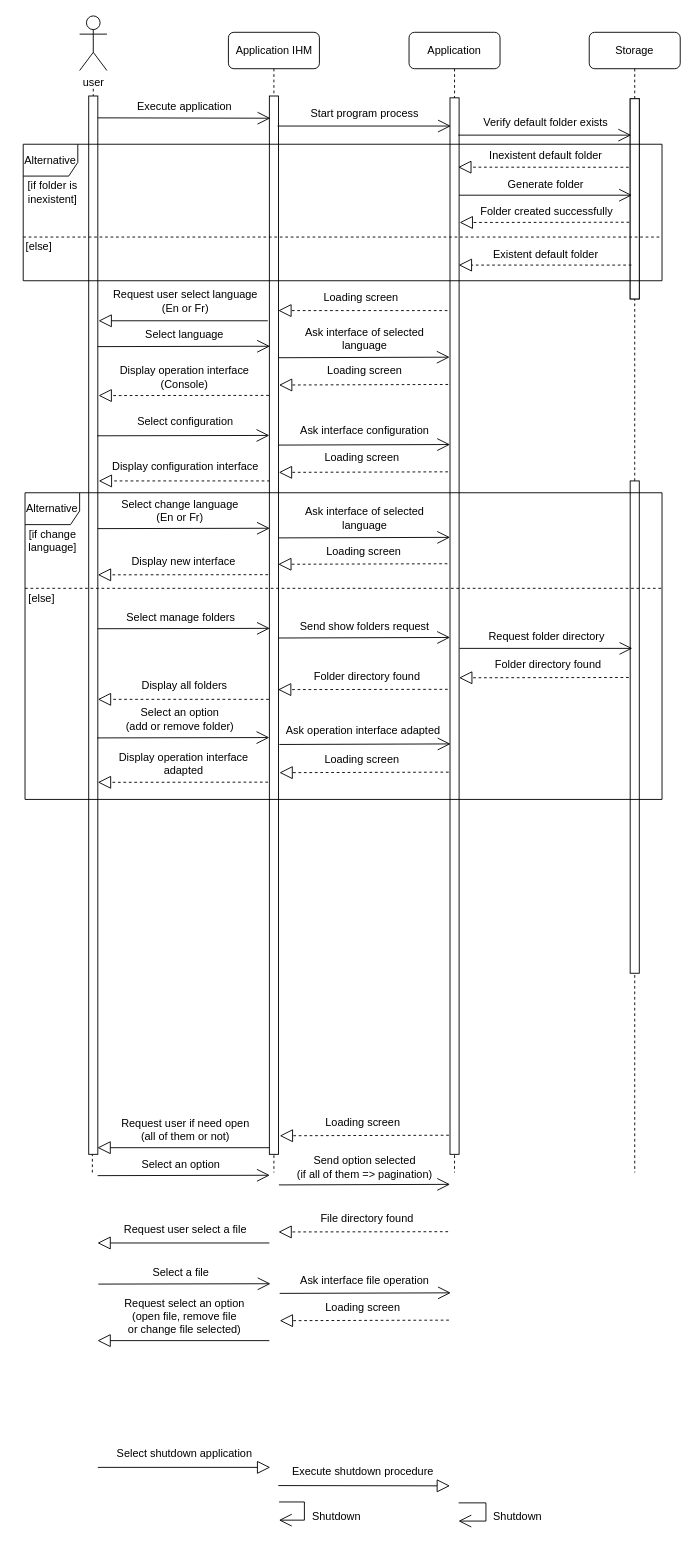
Above: configuration diagram.drawio in Weicheng178/UML (draw.io), before the change. Source tidied: cells renumbered, new cells numbered last; positions are measured from the earlier drawing's top-left corner, leaving out a move shared by most shapes. Both pictures are drawn from the tidied source at 91%, with x=0, y=0 at pixel (15, 15).
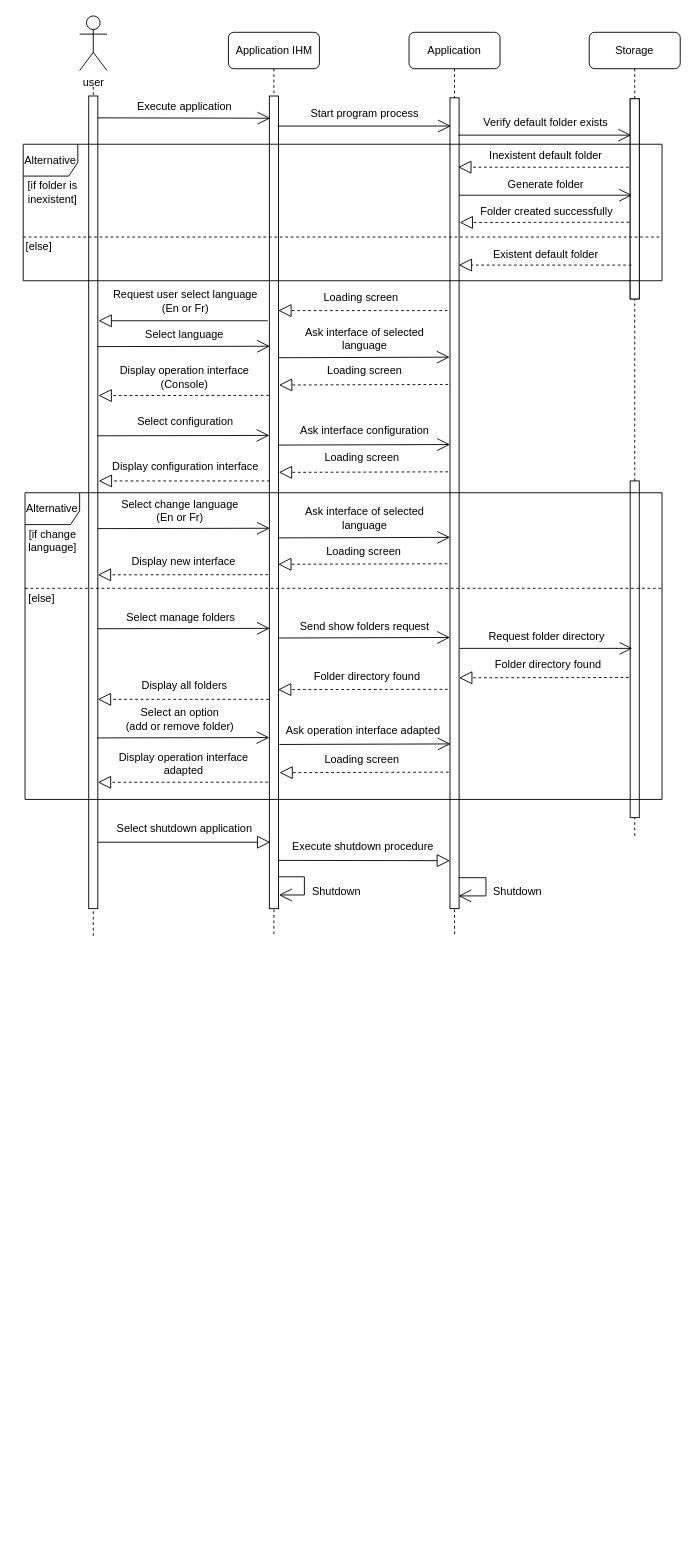
Above is the later version.

The edit, as a diff of the source:
```diff
@@
     <mxCell id="2" style="endArrow=none;dashed=1;html=1;rounded=1;" parent="1" edge="1">
       <mxGeometry relative="1" as="geometry">
-        <mxPoint x="84" y="1271" as="sourcePoint" />
+        <mxPoint x="85" y="1011" as="sourcePoint" />
         <mxPoint x="85" y="78" as="targetPoint" />
       </mxGeometry>
     </mxCell>
     <mxCell id="3" value="&lt;span style=&quot;&quot;&gt;Application IHM&lt;/span&gt;" style="shape=umlLifeline;perimeter=lifelinePerimeter;whiteSpace=wrap;html=1;rounded=1;" parent="1" vertex="1">
-      <mxGeometry x="233.5" y="18" width="100" height="1253" as="geometry" />
+      <mxGeometry x="233.5" y="18" width="100" height="993" as="geometry" />
     </mxCell>
@@
     <mxCell id="5" value="&lt;span style=&quot;&quot;&gt;Application&lt;/span&gt;" style="shape=umlLifeline;perimeter=lifelinePerimeter;whiteSpace=wrap;html=1;rounded=1;" parent="1" vertex="1">
-      <mxGeometry x="432" y="18" width="100" height="1253" as="geometry" />
+      <mxGeometry x="432" y="18" width="100" height="993" as="geometry" />
     </mxCell>
     <mxCell id="6" value="&lt;span style=&quot;&quot;&gt;Storage&lt;/span&gt;" style="shape=umlLifeline;perimeter=lifelinePerimeter;whiteSpace=wrap;html=1;rounded=1;" parent="1" vertex="1">
-      <mxGeometry x="630" y="18" width="100" height="1253" as="geometry" />
+      <mxGeometry x="630" y="18" width="100" height="883" as="geometry" />
     </mxCell>
     <mxCell id="7" style="html=1;perimeter=orthogonalPerimeter;rounded=0;glass=0;labelBackgroundColor=none;fillStyle=auto;" parent="1" vertex="1">
-      <mxGeometry x="80" y="88" width="10" height="1163" as="geometry" />
+      <mxGeometry x="80" y="88" width="10" height="893" as="geometry" />
     </mxCell>
     <mxCell id="8" style="html=1;perimeter=orthogonalPerimeter;rounded=0;glass=0;labelBackgroundColor=none;fillStyle=auto;" parent="1" vertex="1">
-      <mxGeometry x="278.5" y="88" width="10" height="1163" as="geometry" />
+      <mxGeometry x="278.5" y="88" width="10" height="893" as="geometry" />
     </mxCell>
     <mxCell id="9" style="html=1;perimeter=orthogonalPerimeter;rounded=0;glass=0;labelBackgroundColor=none;fillStyle=auto;" parent="1" vertex="1">
-      <mxGeometry x="477" y="90" width="10" height="1161" as="geometry" />
+      <mxGeometry x="477" y="90" width="10" height="891" as="geometry" />
     </mxCell>
@@
     <mxCell id="50" style="endArrow=block;endFill=0;endSize=12;html=1;rounded=1;entryX=-0.002;entryY=0.916;entryDx=0;entryDy=0;entryPerimeter=0;" parent="1" edge="1">
       <mxGeometry relative="1" as="geometry">
-        <mxPoint x="288.3" y="1615" as="sourcePoint" />
-        <mxPoint x="477" y="1615.3" as="targetPoint" />
+        <mxPoint x="288.3" y="928" as="sourcePoint" />
+        <mxPoint x="477" y="928.3" as="targetPoint" />
       </mxGeometry>
     </mxCell>
     <mxCell id="51" style="endArrow=block;endFill=0;endSize=12;html=1;rounded=1;" parent="1" edge="1">
       <mxGeometry relative="1" as="geometry">
-        <mxPoint x="90" y="1595" as="sourcePoint" />
-        <mxPoint x="279.5" y="1595" as="targetPoint" />
+        <mxPoint x="90" y="908" as="sourcePoint" />
+        <mxPoint x="279.5" y="908" as="targetPoint" />
       </mxGeometry>
     </mxCell>
     <mxCell id="52" value="Execute shutdown procedure" style="text;html=1;align=center;verticalAlign=middle;strokeColor=none;fillColor=none;rounded=1;" parent="1" vertex="1">
-      <mxGeometry x="291.2" y="1585" width="180" height="30" as="geometry" />
+      <mxGeometry x="291.2" y="898" width="180" height="30" as="geometry" />
     </mxCell>
     <mxCell id="53" value="Shutdown" style="text;html=1;align=center;verticalAlign=middle;strokeColor=none;fillColor=none;rounded=1;" parent="1" vertex="1">
-      <mxGeometry x="312.4" y="1634" width="80" height="30" as="geometry" />
+      <mxGeometry x="312.4" y="947" width="80" height="30" as="geometry" />
     </mxCell>
     <mxCell id="54" style="endArrow=open;endFill=1;endSize=12;html=1;rounded=0;" parent="1" edge="1">
       <mxGeometry relative="1" as="geometry">
-        <mxPoint x="486.5" y="1634" as="sourcePoint" />
-        <mxPoint x="486.3" y="1654" as="targetPoint" />
+        <mxPoint x="486.5" y="947" as="sourcePoint" />
+        <mxPoint x="486.3" y="967" as="targetPoint" />
         <Array as="points">
-          <mxPoint x="516.5" y="1634" />
-          <mxPoint x="516.5" y="1654" />
+          <mxPoint x="516.5" y="947" />
+          <mxPoint x="516.5" y="967" />
         </Array>
       </mxGeometry>
     </mxCell>
     <mxCell id="55" value="Shutdown" style="text;html=1;align=center;verticalAlign=middle;strokeColor=none;fillColor=none;rounded=1;" parent="1" vertex="1">
-      <mxGeometry x="511.1" y="1634" width="80" height="30" as="geometry" />
+      <mxGeometry x="511.1" y="947" width="80" height="30" as="geometry" />
     </mxCell>
     <mxCell id="56" value="Select shutdown application" style="text;html=1;align=center;verticalAlign=middle;strokeColor=none;fillColor=none;rounded=1;" parent="1" vertex="1">
-      <mxGeometry x="100" y="1565" width="170" height="30" as="geometry" />
+      <mxGeometry x="100" y="878" width="170" height="30" as="geometry" />
     </mxCell>
     <mxCell id="57" style="endArrow=open;endFill=1;endSize=12;html=1;rounded=0;" parent="1" edge="1">
       <mxGeometry relative="1" as="geometry">
-        <mxPoint x="289.2" y="1633" as="sourcePoint" />
-        <mxPoint x="289" y="1653" as="targetPoint" />
+        <mxPoint x="289.2" y="946" as="sourcePoint" />
+        <mxPoint x="289" y="966" as="targetPoint" />
         <Array as="points">
-          <mxPoint x="317" y="1633" />
-          <mxPoint x="317" y="1653" />
+          <mxPoint x="317" y="946" />
+          <mxPoint x="317" y="966" />
         </Array>
       </mxGeometry>
     </mxCell>
     <mxCell id="58" style="html=1;perimeter=orthogonalPerimeter;rounded=0;glass=0;labelBackgroundColor=none;fillStyle=auto;" parent="1" vertex="1">
-      <mxGeometry x="675" y="511" width="10" height="541" as="geometry" />
+      <mxGeometry x="675" y="511" width="10" height="370" as="geometry" />
     </mxCell>
@@
-    <mxCell id="66" value="Request user if need open&lt;br&gt;(all of them or not)" style="text;html=1;align=center;verticalAlign=middle;strokeColor=none;fillColor=none;rounded=1;" parent="1" vertex="1">
-      <mxGeometry x="106.1" y="1204" width="160" height="40" as="geometry" />
-    </mxCell>
-    <mxCell id="67" style="endArrow=block;endFill=0;endSize=12;html=1;rounded=1;" parent="1" edge="1">
-      <mxGeometry relative="1" as="geometry">
-        <mxPoint x="278.5" y="1243.7" as="sourcePoint" />
-        <mxPoint x="89.6" y="1243.7" as="targetPoint" />
-      </mxGeometry>
-    </mxCell>
@@
-    <mxCell id="70" value="Loading screen" style="text;html=1;align=center;verticalAlign=middle;strokeColor=none;fillColor=none;rounded=1;" parent="1" vertex="1">
-      <mxGeometry x="325.6" y="1201" width="110" height="30" as="geometry" />
-    </mxCell>
-    <mxCell id="71" style="endArrow=block;dashed=1;endFill=0;endSize=12;html=1;rounded=1;exitX=-0.211;exitY=0.186;exitDx=0;exitDy=0;exitPerimeter=0;" parent="1" edge="1">
-      <mxGeometry relative="1" as="geometry">
-        <mxPoint x="475.8" y="1230" as="sourcePoint" />
-        <mxPoint x="289.9" y="1230.6" as="targetPoint" />
-      </mxGeometry>
-    </mxCell>
-    <mxCell id="72" value="Select an option" style="text;html=1;align=center;verticalAlign=middle;strokeColor=none;fillColor=none;rounded=1;" parent="1" vertex="1">
-      <mxGeometry x="125.5" y="1247" width="110" height="30" as="geometry" />
-    </mxCell>
-    <mxCell id="73" style="endArrow=open;endFill=1;endSize=12;html=1;rounded=1;entryX=0.071;entryY=0.165;entryDx=0;entryDy=0;entryPerimeter=0;" parent="1" edge="1">
-      <mxGeometry relative="1" as="geometry">
-        <mxPoint x="89.8" y="1274.4" as="sourcePoint" />
-        <mxPoint x="279" y="1274" as="targetPoint" />
-      </mxGeometry>
-    </mxCell>
-    <mxCell id="74" value="Request user select a file" style="text;html=1;align=center;verticalAlign=middle;strokeColor=none;fillColor=none;rounded=1;" parent="1" vertex="1">
-      <mxGeometry x="106.1" y="1318.7" width="160" height="30" as="geometry" />
-    </mxCell>
-    <mxCell id="75" style="endArrow=block;endFill=0;endSize=12;html=1;rounded=1;" parent="1" edge="1">
-      <mxGeometry relative="1" as="geometry">
-        <mxPoint x="278.5" y="1348.4" as="sourcePoint" />
-        <mxPoint x="89.6" y="1348.4" as="targetPoint" />
-      </mxGeometry>
-    </mxCell>
-    <mxCell id="76" style="endArrow=open;endFill=1;endSize=12;html=1;rounded=1;entryX=-0.083;entryY=0.173;entryDx=0;entryDy=0;entryPerimeter=0;" parent="1" edge="1">
-      <mxGeometry relative="1" as="geometry">
-        <mxPoint x="289" y="1284.6" as="sourcePoint" />
-        <mxPoint x="477.1" y="1284" as="targetPoint" />
-      </mxGeometry>
-    </mxCell>
-    <mxCell id="77" value="Send option selected&lt;br&gt;(if all of them =&amp;gt; pagination)" style="text;html=1;align=center;verticalAlign=middle;strokeColor=none;fillColor=none;rounded=1;" parent="1" vertex="1">
-      <mxGeometry x="298.3" y="1244.5" width="170" height="40" as="geometry" />
-    </mxCell>
@@
-    <mxCell id="82" style="endArrow=block;dashed=1;endFill=0;endSize=12;html=1;rounded=1;targetPerimeterSpacing=-4;sourcePerimeterSpacing=3;exitX=-0.099;exitY=0.603;exitDx=0;exitDy=0;exitPerimeter=0;" parent="1" edge="1">
-      <mxGeometry relative="1" as="geometry">
-        <mxPoint x="474.9" y="1336" as="sourcePoint" />
-        <mxPoint x="288.5" y="1336.3" as="targetPoint" />
-      </mxGeometry>
-    </mxCell>
-    <mxCell id="83" value="&amp;nbsp;File directory found&lt;br&gt;" style="text;html=1;align=center;verticalAlign=middle;strokeColor=none;fillColor=none;rounded=1;" parent="1" vertex="1">
-      <mxGeometry x="319.3" y="1307" width="130" height="30" as="geometry" />
-    </mxCell>
-    <mxCell id="84" value="Select a file" style="text;html=1;align=center;verticalAlign=middle;strokeColor=none;fillColor=none;rounded=1;" parent="1" vertex="1">
-      <mxGeometry x="136.3" y="1366.2" width="90" height="30" as="geometry" />
-    </mxCell>
-    <mxCell id="85" style="endArrow=open;endFill=1;endSize=12;html=1;rounded=1;entryX=0.071;entryY=0.165;entryDx=0;entryDy=0;entryPerimeter=0;" parent="1" edge="1">
-      <mxGeometry relative="1" as="geometry">
-        <mxPoint x="90.6" y="1393.6" as="sourcePoint" />
-        <mxPoint x="279.8" y="1393.2" as="targetPoint" />
-      </mxGeometry>
-    </mxCell>
-    <mxCell id="86" style="endArrow=open;endFill=1;endSize=12;html=1;rounded=1;entryX=-0.083;entryY=0.173;entryDx=0;entryDy=0;entryPerimeter=0;" parent="1" edge="1">
-      <mxGeometry relative="1" as="geometry">
-        <mxPoint x="289.8" y="1403.8" as="sourcePoint" />
-        <mxPoint x="477.9" y="1403.2" as="targetPoint" />
-      </mxGeometry>
-    </mxCell>
-    <mxCell id="87" value="Ask interface file operation" style="text;html=1;align=center;verticalAlign=middle;strokeColor=none;fillColor=none;rounded=1;" parent="1" vertex="1">
-      <mxGeometry x="302.8" y="1375.2" width="160" height="30" as="geometry" />
-    </mxCell>
-    <mxCell id="88" value="Loading screen" style="text;html=1;align=center;verticalAlign=middle;strokeColor=none;fillColor=none;rounded=1;" parent="1" vertex="1">
-      <mxGeometry x="325.6" y="1405.2" width="110" height="30" as="geometry" />
-    </mxCell>
-    <mxCell id="89" style="endArrow=block;dashed=1;endFill=0;endSize=12;html=1;rounded=1;exitX=-0.211;exitY=0.186;exitDx=0;exitDy=0;exitPerimeter=0;" parent="1" edge="1">
-      <mxGeometry relative="1" as="geometry">
-        <mxPoint x="475.8" y="1433.2" as="sourcePoint" />
-        <mxPoint x="289.9" y="1433.8" as="targetPoint" />
-      </mxGeometry>
-    </mxCell>
-    <mxCell id="90" value="Request select an option&lt;br&gt;(open file, remove file &lt;br&gt;or change file selected)" style="text;html=1;align=center;verticalAlign=middle;strokeColor=none;fillColor=none;rounded=1;" parent="1" vertex="1">
-      <mxGeometry x="105" y="1399.2" width="160" height="60" as="geometry" />
-    </mxCell>
-    <mxCell id="91" style="endArrow=block;endFill=0;endSize=12;html=1;rounded=1;" parent="1" edge="1">
-      <mxGeometry relative="1" as="geometry">
-        <mxPoint x="278.5" y="1455.7" as="sourcePoint" />
-        <mxPoint x="89.6" y="1455.7" as="targetPoint" />
-      </mxGeometry>
-    </mxCell>
```
